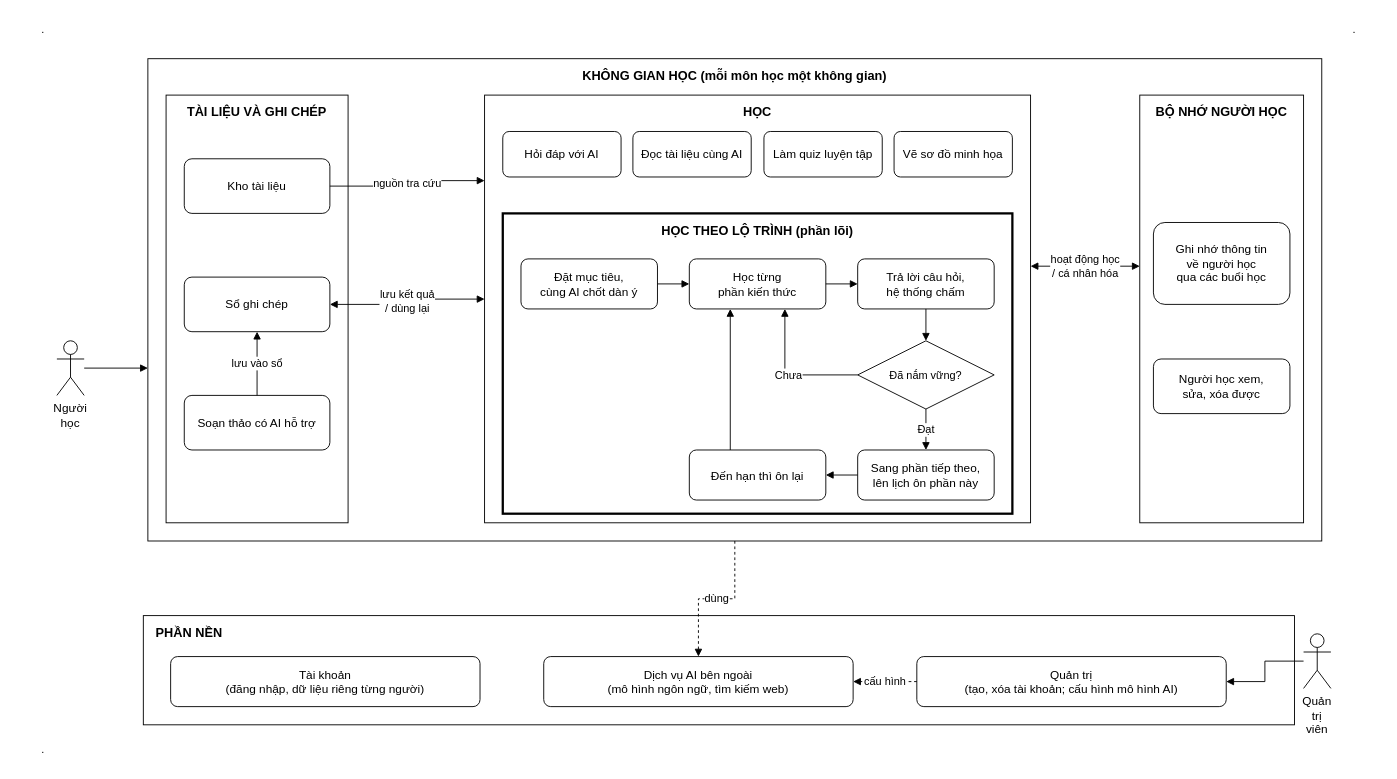
This is report/images/hinh-tong-quan-he-thong.drawio from minhhai205/masterly, a draw.io file, before an edit. Source tidied: cells renumbered, new cells numbered last; positions are measured from the earlier drawing's top-left corner, leaving out a move shared by most shapes. Both pictures are drawn from the tidied source at 91%, with x=0, y=0 at pixel (15, 15).
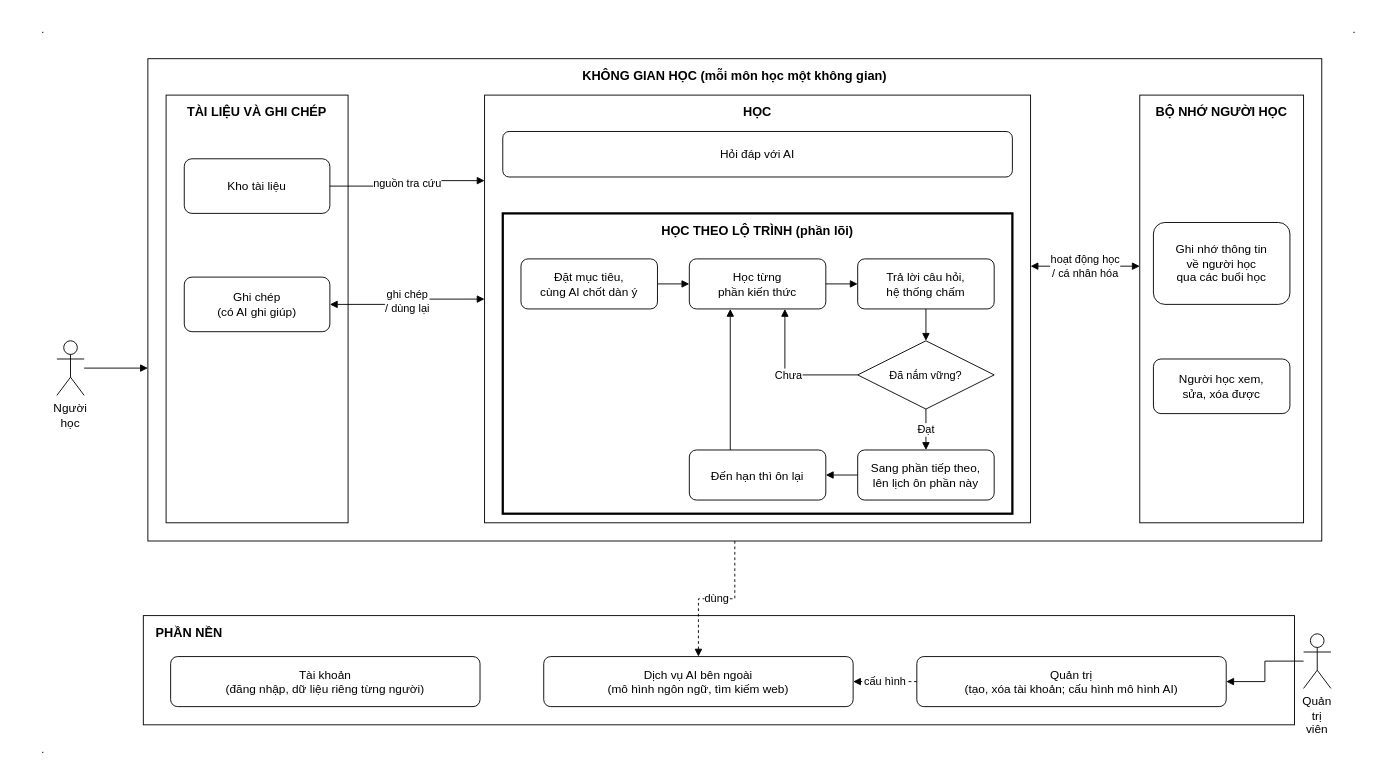
The same page after the edit.

The change refers to these unchanged cells:
```xml
<mxCell id="4" value="TÀI LIỆU VÀ GHI CHÉP" style="html=1;whiteSpace=wrap;fillColor=#FFFFFF;strokeColor=#000000;fontColor=#000000;rounded=0;verticalAlign=top;align=center;fontStyle=1;fontSize=14;spacingTop=4;" parent="3" vertex="1">
  <mxGeometry x="20" y="40" width="200" height="470" as="geometry" />
</mxCell>
<mxCell id="8" value="HỌC" style="html=1;whiteSpace=wrap;fillColor=#FFFFFF;strokeColor=#000000;fontColor=#000000;rounded=0;verticalAlign=top;align=center;fontStyle=1;fontSize=14;spacingTop=4;" parent="3" vertex="1">
  <mxGeometry x="370" y="40" width="600" height="470" as="geometry" />
</mxCell>
```

What changed in the source:
```diff
@@
-    <mxCell id="6" value="Sổ ghi chép" style="html=1;whiteSpace=wrap;fillColor=#FFFFFF;strokeColor=#000000;fontColor=#000000;rounded=1;arcSize=14;fontSize=13;" parent="4" vertex="1">
+    <mxCell id="6" value="Ghi chép&lt;br&gt;(có AI ghi giúp)" style="html=1;whiteSpace=wrap;fillColor=#FFFFFF;strokeColor=#000000;fontColor=#000000;rounded=1;arcSize=14;fontSize=13;" parent="4" vertex="1">
       <mxGeometry x="20" y="200" width="160" height="60" as="geometry" />
     </mxCell>
-    <mxCell id="7" value="Soạn thảo có AI hỗ trợ" style="html=1;whiteSpace=wrap;fillColor=#FFFFFF;strokeColor=#000000;fontColor=#000000;rounded=1;arcSize=14;fontSize=13;" parent="4" vertex="1">
-      <mxGeometry x="20" y="330" width="160" height="60" as="geometry" />
-    </mxCell>
@@
     <mxCell id="9" value="Hỏi đáp với AI" style="html=1;whiteSpace=wrap;fillColor=#FFFFFF;strokeColor=#000000;fontColor=#000000;rounded=1;arcSize=14;fontSize=13;" parent="8" vertex="1">
-      <mxGeometry x="20" y="40" width="130" height="50" as="geometry" />
+      <mxGeometry x="20" y="40" width="560" height="50" as="geometry" />
     </mxCell>
-    <mxCell id="10" value="Đọc tài liệu cùng AI" style="html=1;whiteSpace=wrap;fillColor=#FFFFFF;strokeColor=#000000;fontColor=#000000;rounded=1;arcSize=14;fontSize=13;" parent="8" vertex="1">
-      <mxGeometry x="163" y="40" width="130" height="50" as="geometry" />
-    </mxCell>
-    <mxCell id="11" value="Làm quiz luyện tập" style="html=1;whiteSpace=wrap;fillColor=#FFFFFF;strokeColor=#000000;fontColor=#000000;rounded=1;arcSize=14;fontSize=13;" parent="8" vertex="1">
-      <mxGeometry x="307" y="40" width="130" height="50" as="geometry" />
-    </mxCell>
-    <mxCell id="12" value="Vẽ sơ đồ minh họa" style="html=1;whiteSpace=wrap;fillColor=#FFFFFF;strokeColor=#000000;fontColor=#000000;rounded=1;arcSize=14;fontSize=13;" parent="8" vertex="1">
-      <mxGeometry x="450" y="40" width="130" height="50" as="geometry" />
-    </mxCell>
@@
-    <mxCell id="30" value="lưu kết quả&lt;br&gt;/ dùng lại" style="edgeStyle=orthogonalEdgeStyle;rounded=0;html=1;endArrow=block;endFill=1;strokeColor=#000000;fontColor=#000000;fontSize=12;labelBackgroundColor=#FFFFFF;exitX=1;exitY=0.5;exitDx=0;exitDy=0;entryX=0;entryY=0.477;entryDx=0;entryDy=0;startArrow=block;startFill=1;" parent="1" edge="1" source="6" target="8">
+    <mxCell id="30" value="ghi chép&lt;br&gt;/ dùng lại" style="edgeStyle=orthogonalEdgeStyle;rounded=0;html=1;endArrow=block;endFill=1;strokeColor=#000000;fontColor=#000000;fontSize=12;labelBackgroundColor=#FFFFFF;exitX=1;exitY=0.5;exitDx=0;exitDy=0;entryX=0;entryY=0.477;entryDx=0;entryDy=0;startArrow=block;startFill=1;" parent="1" edge="1" source="6" target="8">
       <mxGeometry relative="1" as="geometry" />
     </mxCell>
-    <mxCell id="31" value="lưu vào sổ" style="edgeStyle=orthogonalEdgeStyle;rounded=0;html=1;endArrow=block;endFill=1;strokeColor=#000000;fontColor=#000000;fontSize=12;labelBackgroundColor=#FFFFFF;exitX=0.5;exitY=0;exitDx=0;exitDy=0;entryX=0.5;entryY=1;entryDx=0;entryDy=0;" parent="1" edge="1" source="7" target="6">
-      <mxGeometry relative="1" as="geometry" />
-    </mxCell>
```
